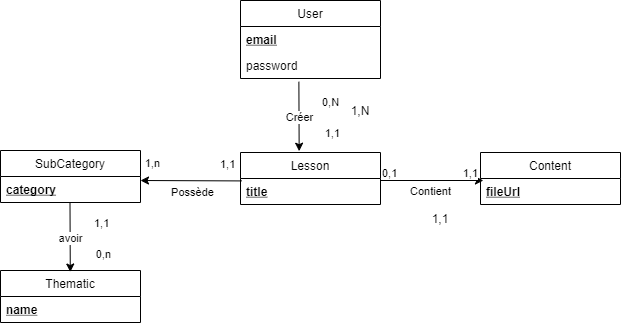
Earlier version of the draw.io export data/MCD.drawio.png (aviateur22/devLessons). Source tidied: cells renumbered, new cells last; positions are measured from the earlier drawing's top-left corner, leaving out a move shared by most shapes.
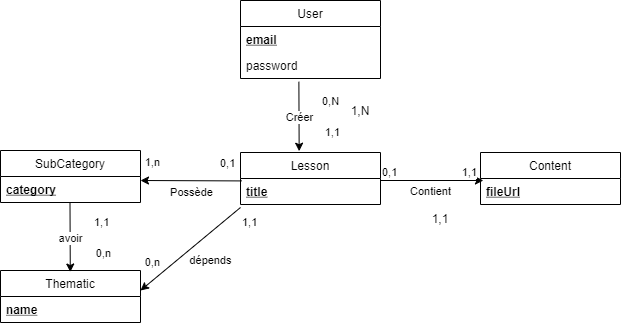
Later version of the same file.

Change to the diagram source:
```diff
@@ -53,7 +53,7 @@
         <mxPoint y="11" as="offset" />
       </mxGeometry>
     </mxCell>
-    <mxCell id="16" value="1,1" style="edgeLabel;html=1;align=left;verticalAlign=bottom;" parent="14" vertex="1">
+    <mxCell id="16" value="0,1" style="edgeLabel;html=1;align=left;verticalAlign=bottom;" parent="14" vertex="1">
       <mxGeometry x="-1" relative="1" as="geometry">
         <mxPoint x="-23" y="-9" as="offset" />
       </mxGeometry>
@@ -110,5 +110,25 @@
         <mxPoint x="41" y="-11" as="offset" />
       </mxGeometry>
     </mxCell>
+    <mxCell id="30" style="endArrow=classic;html=1;exitX=0;exitY=1.115;exitDx=0;exitDy=0;exitPerimeter=0;" parent="1" edge="1" source="6">
+      <mxGeometry relative="1" as="geometry">
+        <mxPoint x="140" y="290" as="targetPoint" />
+      </mxGeometry>
+    </mxCell>
+    <mxCell id="31" value="dépends" style="edgeLabel;html=1;align=center;verticalAlign=middle;" parent="30" vertex="1">
+      <mxGeometry relative="1" as="geometry">
+        <mxPoint x="20" y="11" as="offset" />
+      </mxGeometry>
+    </mxCell>
+    <mxCell id="32" value="1,1" style="edgeLabel;html=1;align=left;verticalAlign=bottom;" parent="30" vertex="1">
+      <mxGeometry x="-1" relative="1" as="geometry">
+        <mxPoint y="23" as="offset" />
+      </mxGeometry>
+    </mxCell>
+    <mxCell id="33" value="0,n" style="edgeLabel;html=1;align=right;verticalAlign=bottom;" parent="30" vertex="1">
+      <mxGeometry x="1" relative="1" as="geometry">
+        <mxPoint x="20" y="-20" as="offset" />
+      </mxGeometry>
+    </mxCell>
   </root>
 </mxGraphModel>
```
